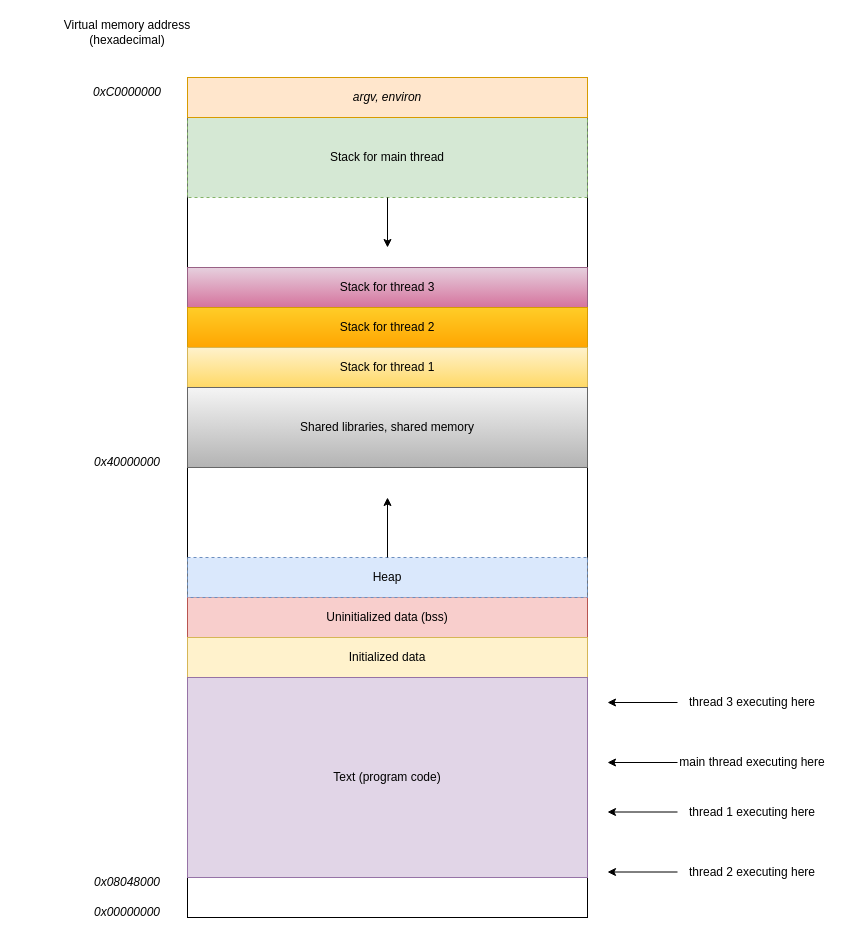
Earlier version of the draw.io diagram threads_overview.drawio (da0p/diagram-notes). Source tidied: cells renumbered, new cells numbered last; positions are measured from the earlier drawing's top-left corner, leaving out a move shared by most shapes. Both pictures are drawn from the tidied source at 100%, with x=0, y=0 at pixel (27, 17).
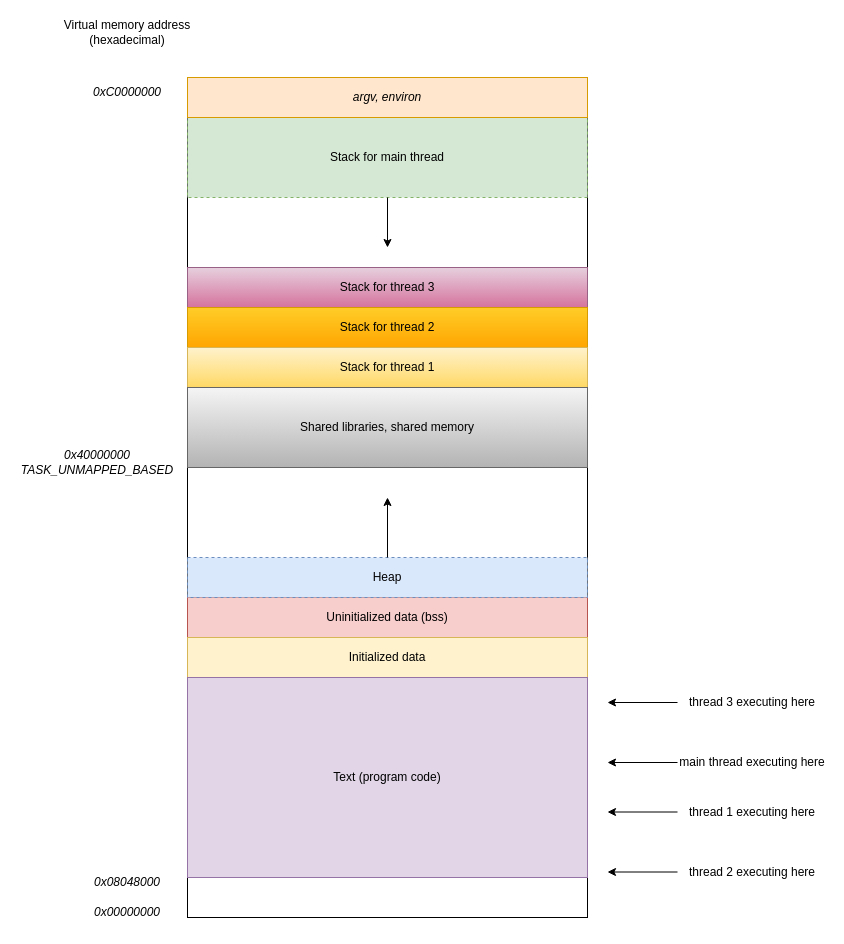
The same page after the edit.

What changed in the source:
```diff
@@
-    <mxCell id="15" value="0x40000000" style="text;html=1;align=center;verticalAlign=middle;whiteSpace=wrap;rounded=0;fontStyle=2;" parent="1" vertex="1">
-      <mxGeometry x="50" y="430" width="100" height="30" as="geometry" />
+    <mxCell id="15" value="0x40000000&lt;br&gt;TASK_UNMAPPED_BASED" style="text;html=1;align=center;verticalAlign=middle;whiteSpace=wrap;rounded=0;fontStyle=2;" parent="1" vertex="1">
+      <mxGeometry x="-10" y="430" width="160" height="30" as="geometry" />
     </mxCell>
```
